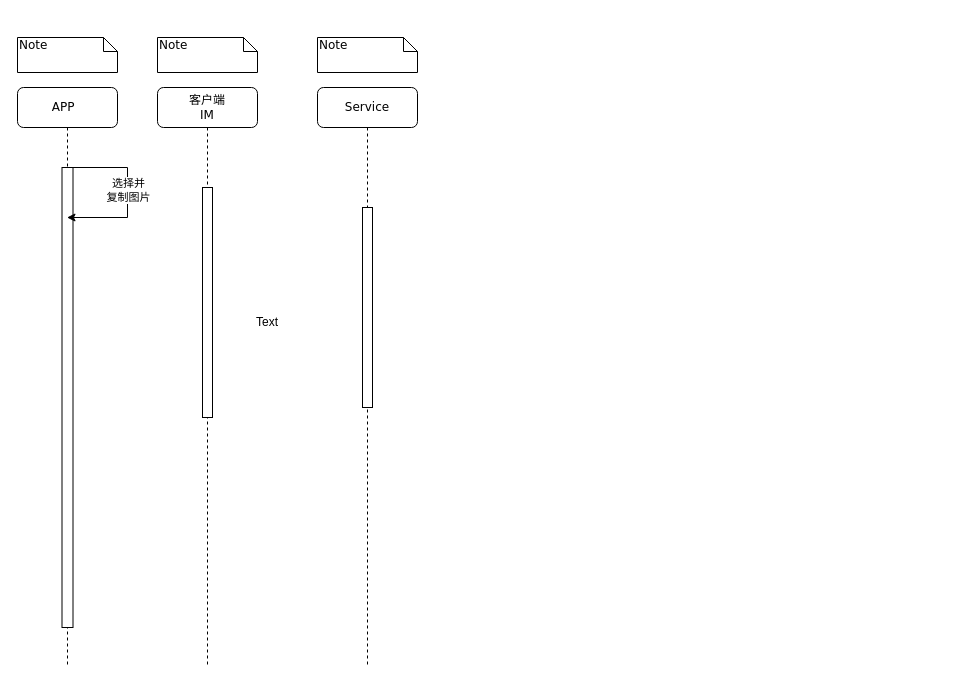
Earlier version of the draw.io diagram IM图片序列图.drawio (Jonty1997/personal_sources). Source tidied: cells renumbered, new cells numbered last; positions are measured from the earlier drawing's top-left corner, leaving out a move shared by most shapes. Both pictures are drawn from the tidied source at 100%, with x=0, y=0 at pixel (17, 37).
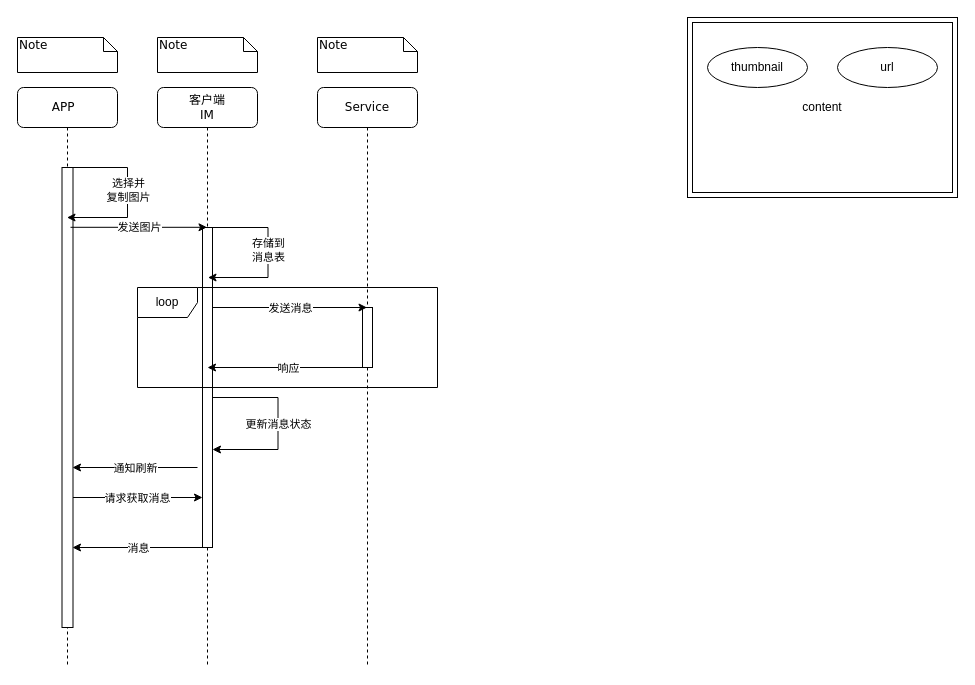
After the change.

Commit message:
更新IM图片序列图.drawio

The change refers to these unchanged cells:
```xml
<mxCell id="2" value="客户端&lt;br&gt;IM" style="shape=umlLifeline;perimeter=lifelinePerimeter;whiteSpace=wrap;html=1;outlineConnect=0;rounded=1;shadow=0;comic=0;labelBackgroundColor=none;strokeWidth=1;fontFamily=Verdana;fontSize=12;align=center;" parent="1" vertex="1">
  <mxGeometry x="140" y="50" width="100" height="580" as="geometry" />
</mxCell>
<mxCell id="4" value="Service" style="shape=umlLifeline;perimeter=lifelinePerimeter;whiteSpace=wrap;html=1;rounded=1;shadow=0;comic=0;labelBackgroundColor=none;strokeWidth=1;fontFamily=Verdana;fontSize=12;align=center;" parent="1" vertex="1">
  <mxGeometry x="300" y="50" width="100" height="580" as="geometry" />
</mxCell>
<mxCell id="7" style="html=1;points=[];perimeter=orthogonalPerimeter;rounded=0;shadow=0;comic=0;labelBackgroundColor=none;strokeWidth=1;fontFamily=Verdana;fontSize=12;align=center;" parent="6" vertex="1">
  <mxGeometry x="44.5" y="80" width="11" height="460" as="geometry" />
</mxCell>
```

Change to the diagram source:
```diff
@@
     <mxCell id="3" style="html=1;perimeter=orthogonalPerimeter;rounded=0;shadow=0;comic=0;labelBackgroundColor=none;strokeWidth=1;fontFamily=Verdana;fontSize=12;align=center;" parent="2" vertex="1">
-      <mxGeometry x="45" y="100" width="10" height="230" as="geometry" />
+      <mxGeometry x="45" y="140" width="10" height="320" as="geometry" />
     </mxCell>
+    <mxCell id="14" style="endArrow=classic;html=1;rounded=0;edgeStyle=elbowEdgeStyle;" parent="2" edge="1">
+      <mxGeometry relative="1" as="geometry">
+        <mxPoint x="45" y="140" as="sourcePoint" />
+        <mxPoint x="50.5" y="190" as="targetPoint" />
+        <Array as="points">
+          <mxPoint x="110.5" y="190" />
+        </Array>
+      </mxGeometry>
+    </mxCell>
+    <mxCell id="15" value="存储到&lt;br&gt;消息表" style="edgeLabel;html=1;align=center;verticalAlign=middle;" parent="14" vertex="1">
+      <mxGeometry relative="1" as="geometry" />
+    </mxCell>
+    <mxCell id="16" style="endArrow=classic;html=1;rounded=0;edgeStyle=elbowEdgeStyle;entryX=1;entryY=0.965;entryDx=0;entryDy=0;entryPerimeter=0;" parent="2" edge="1">
+      <mxGeometry relative="1" as="geometry">
+        <mxPoint x="55" y="310" as="sourcePoint" />
+        <mxPoint x="55" y="362" as="targetPoint" />
+        <Array as="points">
+          <mxPoint x="120.5" y="360" />
+        </Array>
+      </mxGeometry>
+    </mxCell>
+    <mxCell id="17" value="更新消息状态" style="edgeLabel;html=1;align=center;verticalAlign=middle;" parent="16" vertex="1">
+      <mxGeometry relative="1" as="geometry" />
+    </mxCell>
+    <mxCell id="18" style="endArrow=classic;html=1;rounded=0;" parent="2" edge="1">
+      <mxGeometry relative="1" as="geometry">
+        <mxPoint x="40" y="380" as="sourcePoint" />
+        <mxPoint x="-85" y="380" as="targetPoint" />
+      </mxGeometry>
+    </mxCell>
+    <mxCell id="19" value="通知刷新" style="edgeLabel;html=1;align=center;verticalAlign=middle;" parent="18" vertex="1">
+      <mxGeometry relative="1" as="geometry" />
+    </mxCell>
+    <mxCell id="20" style="endArrow=classic;html=1;rounded=0;exitX=0.773;exitY=0.13;exitDx=0;exitDy=0;exitPerimeter=0;" parent="2" edge="1">
+      <mxGeometry relative="1" as="geometry">
+        <mxPoint x="-87" y="410" as="sourcePoint" />
+        <mxPoint x="45" y="410" as="targetPoint" />
+      </mxGeometry>
+    </mxCell>
+    <mxCell id="21" value="请求获取消息" style="edgeLabel;html=1;align=center;verticalAlign=middle;" parent="20" vertex="1">
+      <mxGeometry relative="1" as="geometry" />
+    </mxCell>
+    <mxCell id="22" style="endArrow=classic;html=1;rounded=0;exitX=0.035;exitY=0.687;exitDx=0;exitDy=0;exitPerimeter=0;" parent="2" edge="1">
+      <mxGeometry relative="1" as="geometry">
+        <mxPoint x="45" y="460" as="sourcePoint" />
+        <mxPoint x="-85" y="460" as="targetPoint" />
+      </mxGeometry>
+    </mxCell>
+    <mxCell id="23" value="消息" style="edgeLabel;html=1;align=center;verticalAlign=middle;" parent="22" vertex="1">
+      <mxGeometry relative="1" as="geometry" />
+    </mxCell>
@@
     <mxCell id="5" style="html=1;perimeter=orthogonalPerimeter;rounded=0;shadow=0;comic=0;labelBackgroundColor=none;strokeWidth=1;fontFamily=Verdana;fontSize=12;align=center;" parent="4" vertex="1">
-      <mxGeometry x="45" y="120" width="10" height="200" as="geometry" />
+      <mxGeometry x="45" y="220" width="10" height="60" as="geometry" />
     </mxCell>
+    <mxCell id="24" style="endArrow=classic;html=1;rounded=0;exitX=0.773;exitY=0.13;exitDx=0;exitDy=0;exitPerimeter=0;" parent="4" edge="1">
+      <mxGeometry relative="1" as="geometry">
+        <mxPoint x="-105" y="220" as="sourcePoint" />
+        <mxPoint x="49.5" y="220" as="targetPoint" />
+      </mxGeometry>
+    </mxCell>
+    <mxCell id="25" value="发送消息" style="edgeLabel;html=1;align=center;verticalAlign=middle;" parent="24" vertex="1">
+      <mxGeometry relative="1" as="geometry" />
+    </mxCell>
@@
-    <mxCell id="11" value="Text" style="text;html=1;strokeColor=none;fillColor=none;align=center;verticalAlign=middle;whiteSpace=wrap;rounded=0;" parent="1" vertex="1">
-      <mxGeometry x="220" y="270" width="60" height="30" as="geometry" />
-    </mxCell>
@@
+    <mxCell id="26" style="endArrow=classic;html=1;rounded=0;exitX=0.773;exitY=0.13;exitDx=0;exitDy=0;exitPerimeter=0;" parent="1" edge="1" source="7" target="2">
+      <mxGeometry relative="1" as="geometry" />
+    </mxCell>
+    <mxCell id="27" value="发送图片" style="edgeLabel;html=1;align=center;verticalAlign=middle;" parent="26" vertex="1">
+      <mxGeometry relative="1" as="geometry" />
+    </mxCell>
+    <mxCell id="28" value="content" style="shape=ext;margin=3;double=1;whiteSpace=wrap;html=1;align=center;" parent="1" vertex="1">
+      <mxGeometry x="670" y="-20" width="270" height="180" as="geometry" />
+    </mxCell>
+    <mxCell id="29" value="thumbnail" style="ellipse;whiteSpace=wrap;html=1;align=center;" parent="1" vertex="1">
+      <mxGeometry x="690" y="10" width="100" height="40" as="geometry" />
+    </mxCell>
+    <mxCell id="30" value="url" style="ellipse;whiteSpace=wrap;html=1;align=center;" parent="1" vertex="1">
+      <mxGeometry x="820" y="10" width="100" height="40" as="geometry" />
+    </mxCell>
+    <mxCell id="31" value="loop" style="shape=umlFrame;whiteSpace=wrap;html=1;" parent="1" vertex="1">
+      <mxGeometry x="120" y="250" width="300" height="100" as="geometry" />
+    </mxCell>
+    <mxCell id="32" style="endArrow=classic;html=1;rounded=0;" parent="1" edge="1">
+      <mxGeometry relative="1" as="geometry">
+        <mxPoint x="350" y="330" as="sourcePoint" />
+        <mxPoint x="190" y="330" as="targetPoint" />
+      </mxGeometry>
+    </mxCell>
+    <mxCell id="33" value="响应" style="edgeLabel;html=1;align=center;verticalAlign=middle;" parent="32" vertex="1">
+      <mxGeometry relative="1" as="geometry" />
+    </mxCell>
```
